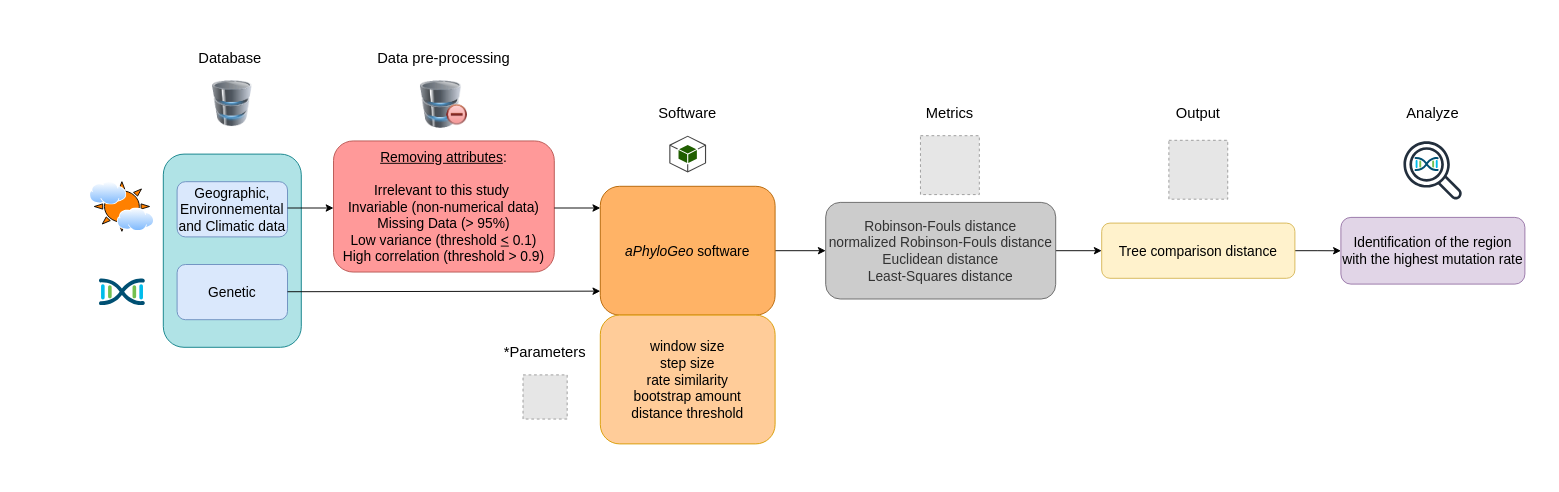
scipy-conference/scipy_proceedings keeps this draw.io diagram as papers/Gagnon_Kebe_Tahiri/diagram.drawio. Above is the earlier version. Source tidied: cells renumbered, new cells numbered last; positions are measured from the earlier drawing's top-left corner, leaving out a move shared by most shapes. Both pictures are drawn from the tidied source at 92%, with x=0, y=0 at pixel (89, 34). Pictures stored in the file or linked from it are replaced by grey dashed boxes.
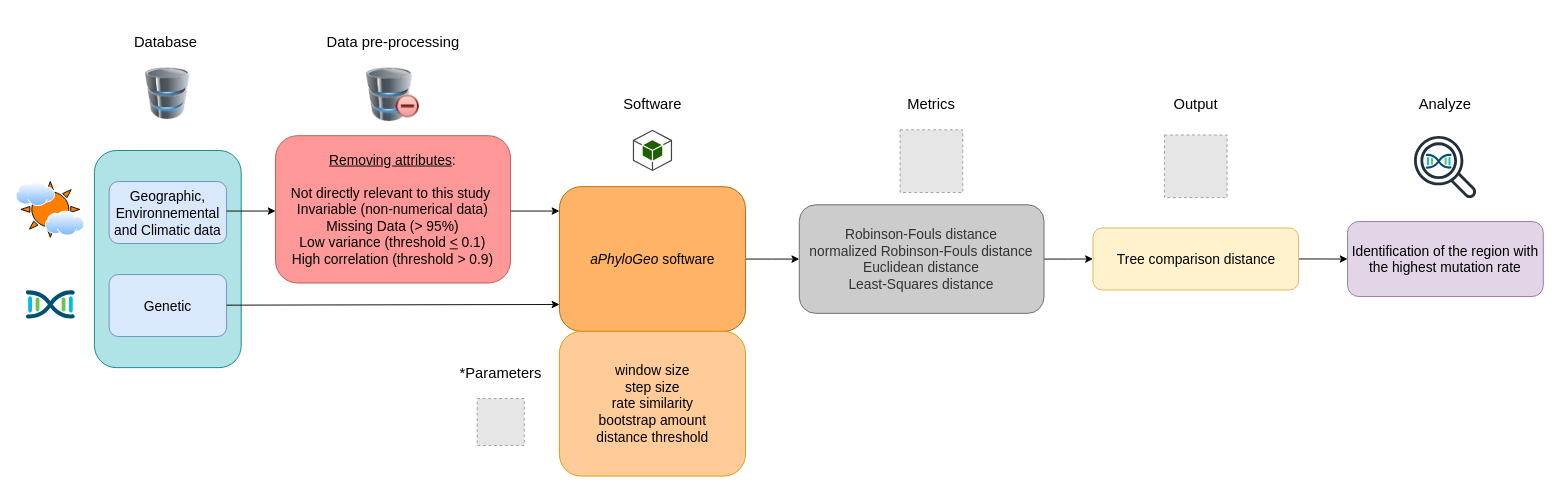
The same page after the edit.

Commit message:
Mettre à jour diagram.drawio

The edit, as a diff of the source:
```diff
@@
+    <mxCell id="37" style="group;" parent="1" vertex="1">
+      <mxGeometry x="-80" y="-20" width="1660" height="500" as="geometry" />
+    </mxCell>
-    <mxCell id="2" style="rounded=1;whiteSpace=wrap;html=1;fillColor=#b0e3e6;strokeColor=#0e8088;" parent="1" vertex="1">
-      <mxGeometry x="80" y="130" width="150" height="210" as="geometry" />
+    <mxCell id="2" style="rounded=1;whiteSpace=wrap;html=1;fillColor=#b0e3e6;strokeColor=#0e8088;" parent="37" vertex="1">
+      <mxGeometry x="85.1" y="146.1" width="159.6" height="236" as="geometry" />
     </mxCell>
-    <mxCell id="3" value="&lt;font style=&quot;font-size: 15px;&quot;&gt;Geographic, Environnemental and Climatic data&lt;/font&gt;" style="rounded=1;whiteSpace=wrap;html=1;fillColor=#dae8fc;strokeColor=#6c8ebf;" parent="1" vertex="1">
-      <mxGeometry x="95" y="160" width="120" height="60" as="geometry" />
+    <mxCell id="3" value="&lt;font style=&quot;font-size: 15px;&quot;&gt;Geographic, Environnemental and Climatic data&lt;/font&gt;" style="rounded=1;whiteSpace=wrap;html=1;fillColor=#dae8fc;strokeColor=#6c8ebf;" parent="37" vertex="1">
+      <mxGeometry x="101.1" y="179.8" width="127.7" height="67.4" as="geometry" />
     </mxCell>
-    <mxCell id="4" value="&lt;font style=&quot;font-size: 15px;&quot;&gt;Genetic&lt;/font&gt;" style="rounded=1;whiteSpace=wrap;html=1;fillColor=#dae8fc;strokeColor=#6c8ebf;" parent="1" vertex="1">
-      <mxGeometry x="95" y="250" width="120" height="60" as="geometry" />
+    <mxCell id="4" value="&lt;font style=&quot;font-size: 15px;&quot;&gt;Genetic&lt;/font&gt;" style="rounded=1;whiteSpace=wrap;html=1;fillColor=#dae8fc;strokeColor=#6c8ebf;" parent="37" vertex="1">
+      <mxGeometry x="101.1" y="280.9" width="127.7" height="67.4" as="geometry" />
     </mxCell>
-    <mxCell id="5" value="&lt;div style=&quot;font-size: 15px;&quot;&gt;&lt;span style=&quot;background-color: initial;&quot;&gt;&lt;font style=&quot;font-size: 15px;&quot;&gt;&lt;u style=&quot;&quot;&gt;Removing attributes&lt;/u&gt;:&lt;/font&gt;&lt;/span&gt;&lt;/div&gt;&lt;div style=&quot;font-size: 15px;&quot;&gt;&lt;span style=&quot;background-color: initial;&quot;&gt;&lt;font style=&quot;font-size: 15px;&quot;&gt;&lt;br&gt;&lt;/font&gt;&lt;/span&gt;&lt;/div&gt;&lt;div style=&quot;font-size: 15px;&quot;&gt;&lt;font style=&quot;font-size: 15px;&quot;&gt;&lt;span style=&quot;background-color: initial;&quot;&gt;Irrelevant to this study&amp;nbsp;&lt;/span&gt;&lt;br&gt;&lt;span style=&quot;background-color: initial;&quot;&gt;Invariable (non-numerical data)&lt;/span&gt;&lt;br&gt;&lt;span style=&quot;background-color: initial;&quot;&gt;Missing Data (&amp;gt; 95%)&lt;/span&gt;&lt;br&gt;&lt;span style=&quot;background-color: initial;&quot;&gt;Low variance (threshold&amp;nbsp;&lt;/span&gt;&lt;u style=&quot;background-color: initial;&quot;&gt;&amp;lt;&lt;/u&gt;&lt;span style=&quot;background-color: initial;&quot;&gt; 0.1)&lt;/span&gt;&lt;br&gt;&lt;/font&gt;&lt;/div&gt;&lt;div style=&quot;font-size: 15px;&quot;&gt;&lt;span style=&quot;background-color: initial;&quot;&gt;&lt;font style=&quot;font-size: 15px;&quot;&gt;&lt;font style=&quot;font-size: 15px;&quot;&gt;High correlation (threshold &amp;gt; 0.9&lt;/font&gt;&lt;font style=&quot;font-size: 15px;&quot;&gt;)&lt;/font&gt;&lt;/font&gt;&lt;/span&gt;&lt;/div&gt;" style="rounded=1;whiteSpace=wrap;html=1;fillColor=#FF9999;strokeColor=#b85450;align=center;" parent="1" vertex="1">
-      <mxGeometry x="265" y="115.7" width="240" height="142.5" as="geometry" />
+    <mxCell id="5" value="&lt;div style=&quot;font-size: 15px;&quot;&gt;&lt;span style=&quot;background-color: initial;&quot;&gt;&lt;font style=&quot;font-size: 15px;&quot;&gt;&lt;u style=&quot;&quot;&gt;Removing attributes&lt;/u&gt;:&lt;/font&gt;&lt;/span&gt;&lt;/div&gt;&lt;div style=&quot;font-size: 15px;&quot;&gt;&lt;span style=&quot;background-color: initial;&quot;&gt;&lt;font style=&quot;font-size: 15px;&quot;&gt;&lt;br&gt;&lt;/font&gt;&lt;/span&gt;&lt;/div&gt;&lt;div style=&quot;font-size: 15px;&quot;&gt;&lt;font style=&quot;font-size: 15px;&quot;&gt;&lt;span style=&quot;background-color: initial;&quot;&gt;Not directly relevant to this study&amp;nbsp;&lt;/span&gt;&lt;br&gt;&lt;span style=&quot;background-color: initial;&quot;&gt;Invariable (non-numerical data)&lt;/span&gt;&lt;br&gt;&lt;span style=&quot;background-color: initial;&quot;&gt;Missing Data (&amp;gt; 95%)&lt;/span&gt;&lt;br&gt;&lt;span style=&quot;background-color: initial;&quot;&gt;Low variance (threshold&amp;nbsp;&lt;/span&gt;&lt;u style=&quot;background-color: initial;&quot;&gt;&amp;lt;&lt;/u&gt;&lt;span style=&quot;background-color: initial;&quot;&gt; 0.1)&lt;/span&gt;&lt;br&gt;&lt;/font&gt;&lt;/div&gt;&lt;div style=&quot;font-size: 15px;&quot;&gt;&lt;span style=&quot;background-color: initial;&quot;&gt;&lt;font style=&quot;font-size: 15px;&quot;&gt;&lt;font style=&quot;font-size: 15px;&quot;&gt;High correlation (threshold &amp;gt; 0.9&lt;/font&gt;&lt;font style=&quot;font-size: 15px;&quot;&gt;)&lt;/font&gt;&lt;/font&gt;&lt;/span&gt;&lt;/div&gt;" style="rounded=1;whiteSpace=wrap;html=1;fillColor=#FF9999;strokeColor=#b85450;align=center;" parent="37" vertex="1">
+      <mxGeometry x="282" y="130" width="255.4" height="160.1" as="geometry" />
     </mxCell>
-    <mxCell id="6" style="edgeStyle=orthogonalEdgeStyle;rounded=0;jettySize=auto;html=1;" parent="1" edge="1" source="7" target="22">
+    <mxCell id="6" style="edgeStyle=orthogonalEdgeStyle;rounded=0;jettySize=auto;html=1;" parent="37" edge="1" source="7" target="22">
       <mxGeometry relative="1" as="geometry" />
     </mxCell>
-    <mxCell id="7" value="&lt;font style=&quot;font-size: 15px;&quot;&gt;&lt;i&gt;aPhyloGeo&lt;/i&gt; software&lt;/font&gt;" style="rounded=1;whiteSpace=wrap;html=1;fillColor=#FFB366;strokeColor=#b46504;" parent="1" vertex="1">
-      <mxGeometry x="555" y="165" width="190" height="140" as="geometry" />
+    <mxCell id="7" value="&lt;font style=&quot;font-size: 15px;&quot;&gt;&lt;i&gt;aPhyloGeo&lt;/i&gt; software&lt;/font&gt;" style="rounded=1;whiteSpace=wrap;html=1;fillColor=#FFB366;strokeColor=#b46504;" parent="37" vertex="1">
+      <mxGeometry x="590.6" y="185.4" width="202.2" height="157.3" as="geometry" />
     </mxCell>
-    <mxCell id="8" style="endArrow=classic;html=1;rounded=0;entryX=0;entryY=0.814;entryDx=0;entryDy=0;entryPerimeter=0;" parent="1" edge="1" target="7">
+    <mxCell id="8" style="endArrow=classic;html=1;rounded=0;entryX=0;entryY=0.814;entryDx=0;entryDy=0;entryPerimeter=0;" parent="37" edge="1" target="7">
       <mxGeometry relative="1" as="geometry">
-        <mxPoint x="215" y="279.6" as="sourcePoint" />
+        <mxPoint x="228.8" y="314.2" as="sourcePoint" />
       </mxGeometry>
     </mxCell>
-    <mxCell id="9" value="&lt;div style=&quot;margin-top: 0px; margin-bottom: 0px; padding-left: 0px; padding-right: 0px; font-size: 15px;&quot;&gt;&lt;span style=&quot;background-color: initial; font-size: 15px;&quot;&gt;window size&lt;br&gt;&lt;/span&gt;&lt;span style=&quot;background-color: initial; font-size: 15px;&quot;&gt;step size&lt;br&gt;&lt;/span&gt;&lt;span style=&quot;background-color: initial; font-size: 15px;&quot;&gt;rate similarity&lt;/span&gt;&lt;br style=&quot;&quot;&gt;&lt;span style=&quot;background-color: initial; font-size: 15px;&quot;&gt;bootstrap amount&lt;/span&gt;&lt;br style=&quot;&quot;&gt;&lt;span style=&quot;background-color: initial; font-size: 15px;&quot;&gt;distance threshold&lt;/span&gt;&lt;br&gt;&lt;/div&gt;" style="rounded=1;whiteSpace=wrap;html=1;align=center;fillColor=#FFCC99;strokeColor=#d79b00;" parent="1" vertex="1">
-      <mxGeometry x="555" y="305" width="190" height="140" as="geometry" />
+    <mxCell id="9" value="&lt;div style=&quot;margin-top: 0px; margin-bottom: 0px; padding-left: 0px; padding-right: 0px; font-size: 15px;&quot;&gt;&lt;span style=&quot;background-color: initial; font-size: 15px;&quot;&gt;window size&lt;br&gt;&lt;/span&gt;&lt;span style=&quot;background-color: initial; font-size: 15px;&quot;&gt;step size&lt;br&gt;&lt;/span&gt;&lt;span style=&quot;background-color: initial; font-size: 15px;&quot;&gt;rate similarity&lt;/span&gt;&lt;br style=&quot;&quot;&gt;&lt;span style=&quot;background-color: initial; font-size: 15px;&quot;&gt;bootstrap amount&lt;/span&gt;&lt;br style=&quot;&quot;&gt;&lt;span style=&quot;background-color: initial; font-size: 15px;&quot;&gt;distance threshold&lt;/span&gt;&lt;br&gt;&lt;/div&gt;" style="rounded=1;whiteSpace=wrap;html=1;align=center;fillColor=#FFCC99;strokeColor=#d79b00;" parent="37" vertex="1">
+      <mxGeometry x="590.6" y="342.7" width="202.2" height="157.3" as="geometry" />
     </mxCell>
-    <mxCell id="10" style="edgeStyle=orthogonalEdgeStyle;rounded=0;jettySize=auto;html=1;" parent="1" edge="1" source="11" target="23">
+    <mxCell id="10" style="edgeStyle=orthogonalEdgeStyle;rounded=0;jettySize=auto;html=1;" parent="37" edge="1" source="11" target="23">
       <mxGeometry relative="1" as="geometry" />
     </mxCell>
-    <mxCell id="11" value="&lt;font style=&quot;font-size: 15px;&quot;&gt;Tree comparison distance&lt;/font&gt;" style="rounded=1;whiteSpace=wrap;html=1;fillColor=#fff2cc;strokeColor=#d6b656;" parent="1" vertex="1">
-      <mxGeometry x="1100" y="205" width="210" height="60" as="geometry" />
+    <mxCell id="11" value="&lt;font style=&quot;font-size: 15px;&quot;&gt;Tree comparison distance&lt;/font&gt;" style="rounded=1;whiteSpace=wrap;html=1;fillColor=#fff2cc;strokeColor=#d6b656;" parent="37" vertex="1">
+      <mxGeometry x="1170.5" y="230.3" width="223.5" height="67.4" as="geometry" />
     </mxCell>
-    <mxCell id="12" value="Database&amp;nbsp;" style="text;html=1;align=center;verticalAlign=middle;whiteSpace=wrap;rounded=0;fontSize=16;" parent="1" vertex="1">
-      <mxGeometry x="125" y="10" width="60" height="30" as="geometry" />
+    <mxCell id="12" value="Database&amp;nbsp;" style="text;html=1;align=center;verticalAlign=middle;whiteSpace=wrap;rounded=0;fontSize=16;" parent="37" vertex="1">
+      <mxGeometry x="133" y="11.2" width="63.8" height="33.7" as="geometry" />
     </mxCell>
-    <mxCell id="13" value="Data pre-processing" style="text;html=1;align=center;verticalAlign=middle;whiteSpace=wrap;rounded=0;fontSize=16;" parent="1" vertex="1">
-      <mxGeometry x="310" width="150" height="50" as="geometry" />
+    <mxCell id="13" value="Data pre-processing" style="text;html=1;align=center;verticalAlign=middle;whiteSpace=wrap;rounded=0;fontSize=16;" parent="37" vertex="1">
+      <mxGeometry x="329.9" width="159.6" height="56.2" as="geometry" />
     </mxCell>
-    <mxCell id="14" value="Output" style="text;html=1;align=center;verticalAlign=middle;whiteSpace=wrap;rounded=0;fontSize=16;" parent="1" vertex="1">
-      <mxGeometry x="1176.2" y="60" width="57.5" height="50" as="geometry" />
+    <mxCell id="14" value="Output" style="text;html=1;align=center;verticalAlign=middle;whiteSpace=wrap;rounded=0;fontSize=16;" parent="37" vertex="1">
+      <mxGeometry x="1251.7" y="67.4" width="61.2" height="56.2" as="geometry" />
     </mxCell>
-    <mxCell id="15" value="*Parameters" style="text;html=1;align=center;verticalAlign=middle;whiteSpace=wrap;rounded=0;fontSize=16;rotation=0;" parent="1" vertex="1">
-      <mxGeometry x="450" y="320" width="90" height="50" as="geometry" />
+    <mxCell id="15" value="*Parameters" style="text;html=1;align=center;verticalAlign=middle;whiteSpace=wrap;rounded=0;fontSize=16;rotation=0;" parent="37" vertex="1">
+      <mxGeometry x="478.8" y="359.6" width="95.8" height="56.2" as="geometry" />
     </mxCell>
-    <mxCell id="16" style="image;html=1;image=img/lib/clip_art/computers/Database_Minus_128x128.png;" parent="1" vertex="1">
-      <mxGeometry x="355.8" y="50" width="58.5" height="52" as="geometry" />
+    <mxCell id="16" style="image;html=1;image=img/lib/clip_art/computers/Database_Minus_128x128.png;" parent="37" vertex="1">
+      <mxGeometry x="378.6" y="56.2" width="62.2" height="58.4" as="geometry" />
     </mxCell>
-    <mxCell id="17" style="image;html=1;image=img/lib/clip_art/computers/Database_128x128.png;" parent="1" vertex="1">
-      <mxGeometry x="127.5" y="50" width="55" height="50" as="geometry" />
+    <mxCell id="17" style="image;html=1;image=img/lib/clip_art/computers/Database_128x128.png;" parent="37" vertex="1">
+      <mxGeometry x="135.7" y="56.2" width="58.5" height="56.2" as="geometry" />
     </mxCell>
-    <mxCell id="18" style="dashed=0;verticalLabelPosition=bottom;verticalAlign=top;align=center;html=1;shape=mxgraph.aws3.android;fillColor=#205E00;gradientColor=none;" parent="1" vertex="1">
-      <mxGeometry x="630" y="110" width="40" height="40" as="geometry" />
+    <mxCell id="18" style="dashed=0;verticalLabelPosition=bottom;verticalAlign=top;align=center;html=1;shape=mxgraph.aws3.android;fillColor=#205E00;gradientColor=none;" parent="37" vertex="1">
+      <mxGeometry x="670.4" y="123.6" width="42.6" height="44.9" as="geometry" />
     </mxCell>
-    <mxCell id="19" style="fillColor=#E6E6E6;strokeColor=#999999;dashed=1;html=1;verticalAlign=top;verticalLabelPosition=bottom;labelBackgroundColor=#ffffff;" parent="1" vertex="1">
-      <mxGeometry x="471" y="370" width="48" height="48" as="geometry" />
+    <mxCell id="19" style="fillColor=#E6E6E6;strokeColor=#999999;dashed=1;html=1;verticalAlign=top;verticalLabelPosition=bottom;labelBackgroundColor=#ffffff;" parent="37" vertex="1">
+      <mxGeometry x="501.2" y="415.7" width="51.1" height="51.1" as="geometry" />
     </mxCell>
-    <mxCell id="20" style="fillColor=#E6E6E6;strokeColor=#999999;dashed=1;html=1;verticalAlign=top;verticalLabelPosition=bottom;labelBackgroundColor=#ffffff;" parent="1" vertex="1">
-      <mxGeometry x="1173" y="115" width="64" height="64" as="geometry" />
+    <mxCell id="20" style="fillColor=#E6E6E6;strokeColor=#999999;dashed=1;html=1;verticalAlign=top;verticalLabelPosition=bottom;labelBackgroundColor=#ffffff;" parent="37" vertex="1">
+      <mxGeometry x="1248.2" y="129.2" width="68.1" height="68.1" as="geometry" />
     </mxCell>
-    <mxCell id="21" style="edgeStyle=orthogonalEdgeStyle;rounded=0;jettySize=auto;html=1;" parent="1" edge="1" source="22" target="11">
+    <mxCell id="21" style="edgeStyle=orthogonalEdgeStyle;rounded=0;jettySize=auto;html=1;" parent="37" edge="1" source="22" target="11">
       <mxGeometry relative="1" as="geometry" />
     </mxCell>
-    <mxCell id="22" value="&lt;div style=&quot;margin-top: 0px; margin-bottom: 0px; padding-left: 0px; padding-right: 0px; font-size: 15px;&quot;&gt;&lt;span style=&quot;background-color: initial; font-size: 15px;&quot;&gt;Robinson-Fouls distance&lt;br&gt;&lt;/span&gt;&lt;span style=&quot;background-color: initial; font-size: 15px;&quot;&gt;normalized Robinson-Fouls distance&lt;br&gt;&lt;/span&gt;&lt;span style=&quot;font-size: 15px;&quot;&gt;Euclidean distance&lt;/span&gt;&lt;br style=&quot;&quot;&gt;&lt;span style=&quot;font-size: 15px;&quot;&gt;Least-Squares distance&lt;/span&gt;&lt;/div&gt;" style="rounded=1;whiteSpace=wrap;html=1;align=center;fillColor=#CCCCCC;strokeColor=#666666;fontColor=#333333;" parent="1" vertex="1">
-      <mxGeometry x="800" y="182.5" width="250" height="105" as="geometry" />
+    <mxCell id="22" value="&lt;div style=&quot;margin-top: 0px; margin-bottom: 0px; padding-left: 0px; padding-right: 0px; font-size: 15px;&quot;&gt;&lt;span style=&quot;background-color: initial; font-size: 15px;&quot;&gt;Robinson-Fouls distance&lt;br&gt;&lt;/span&gt;&lt;span style=&quot;background-color: initial; font-size: 15px;&quot;&gt;normalized Robinson-Fouls distance&lt;br&gt;&lt;/span&gt;&lt;span style=&quot;font-size: 15px;&quot;&gt;Euclidean distance&lt;/span&gt;&lt;br style=&quot;&quot;&gt;&lt;span style=&quot;font-size: 15px;&quot;&gt;Least-Squares distance&lt;/span&gt;&lt;/div&gt;" style="rounded=1;whiteSpace=wrap;html=1;align=center;fillColor=#CCCCCC;strokeColor=#666666;fontColor=#333333;" parent="37" vertex="1">
+      <mxGeometry x="851.3" y="205.1" width="266" height="118" as="geometry" />
     </mxCell>
-    <mxCell id="23" value="&lt;font style=&quot;font-size: 15px;&quot;&gt;Identification of the region with the highest mutation rate&lt;/font&gt;" style="rounded=1;whiteSpace=wrap;html=1;align=center;fillColor=#e1d5e7;strokeColor=#9673a6;" parent="1" vertex="1">
-      <mxGeometry x="1360" y="198.8" width="200" height="72.5" as="geometry" />
+    <mxCell id="23" value="&lt;font style=&quot;font-size: 15px;&quot;&gt;Identification of the region with the highest mutation rate&lt;/font&gt;" style="rounded=1;whiteSpace=wrap;html=1;align=center;fillColor=#e1d5e7;strokeColor=#9673a6;" parent="37" vertex="1">
+      <mxGeometry x="1447.2" y="223.3" width="212.8" height="81.5" as="geometry" />
     </mxCell>
-    <mxCell id="24" style="fillColor=#E6E6E6;strokeColor=#999999;dashed=1;html=1;verticalAlign=top;verticalLabelPosition=bottom;labelBackgroundColor=#ffffff;" parent="1" vertex="1">
-      <mxGeometry x="903" y="110" width="64" height="64" as="geometry" />
+    <mxCell id="24" style="fillColor=#E6E6E6;strokeColor=#999999;dashed=1;html=1;verticalAlign=top;verticalLabelPosition=bottom;labelBackgroundColor=#ffffff;" parent="37" vertex="1">
+      <mxGeometry x="960.9" y="123.6" width="68.1" height="68.1" as="geometry" />
     </mxCell>
-    <mxCell id="25" style="verticalLabelPosition=bottom;sketch=0;html=1;verticalAlign=top;align=center;shape=mxgraph.cisco19.cisco_dna;fillColor=#005073;strokeColor=none;" parent="1" vertex="1">
-      <mxGeometry x="10" y="265" width="50" height="30" as="geometry" />
+    <mxCell id="25" style="verticalLabelPosition=bottom;sketch=0;html=1;verticalAlign=top;align=center;shape=mxgraph.cisco19.cisco_dna;fillColor=#005073;strokeColor=none;" parent="37" vertex="1">
+      <mxGeometry x="10.6" y="297.8" width="53.2" height="31.9" as="geometry" />
     </mxCell>
-    <mxCell id="26" style="verticalLabelPosition=bottom;verticalAlign=top;html=1;shape=mxgraph.basic.sun;fillColor=#FF8000;" parent="1" vertex="1">
-      <mxGeometry x="5" y="160" width="60" height="53.9" as="geometry" />
+    <mxCell id="26" style="verticalLabelPosition=bottom;verticalAlign=top;html=1;shape=mxgraph.basic.sun;fillColor=#FF8000;" parent="37" vertex="1">
+      <mxGeometry x="5.3" y="179.8" width="63.8" height="60.6" as="geometry" />
     </mxCell>
-    <mxCell id="27" style="image;perimeter=ellipsePerimeter;html=1;align=center;shadow=0;dashed=0;spacingTop=3;image=img/lib/active_directory/internet_cloud.svg;" parent="1" vertex="1">
-      <mxGeometry y="160" width="40.3" height="25.4" as="geometry" />
+    <mxCell id="27" style="image;perimeter=ellipsePerimeter;html=1;align=center;shadow=0;dashed=0;spacingTop=3;image=img/lib/active_directory/internet_cloud.svg;" parent="37" vertex="1">
+      <mxGeometry y="179.8" width="42.8" height="27" as="geometry" />
     </mxCell>
-    <mxCell id="28" value="Software" style="text;html=1;align=center;verticalAlign=middle;whiteSpace=wrap;rounded=0;fontSize=16;" parent="1" vertex="1">
-      <mxGeometry x="575" y="60" width="150" height="50" as="geometry" />
+    <mxCell id="28" value="Software" style="text;html=1;align=center;verticalAlign=middle;whiteSpace=wrap;rounded=0;fontSize=16;" parent="37" vertex="1">
+      <mxGeometry x="611.9" y="67.4" width="159.6" height="56.2" as="geometry" />
     </mxCell>
-    <mxCell id="29" value="Metrics" style="text;html=1;align=center;verticalAlign=middle;whiteSpace=wrap;rounded=0;fontSize=16;" parent="1" vertex="1">
-      <mxGeometry x="860" y="60" width="150" height="50" as="geometry" />
+    <mxCell id="29" value="Metrics" style="text;html=1;align=center;verticalAlign=middle;whiteSpace=wrap;rounded=0;fontSize=16;" parent="37" vertex="1">
+      <mxGeometry x="915.1" y="67.4" width="159.6" height="56.2" as="geometry" />
     </mxCell>
-    <mxCell id="30" value="Analyze" style="text;html=1;align=center;verticalAlign=middle;whiteSpace=wrap;rounded=0;fontSize=16;" parent="1" vertex="1">
-      <mxGeometry x="1431.2" y="60" width="57.5" height="50" as="geometry" />
+    <mxCell id="30" value="Analyze" style="text;html=1;align=center;verticalAlign=middle;whiteSpace=wrap;rounded=0;fontSize=16;" parent="37" vertex="1">
+      <mxGeometry x="1523" y="67.4" width="61.2" height="56.2" as="geometry" />
     </mxCell>
-    <mxCell id="31" style="verticalLabelPosition=bottom;sketch=0;html=1;verticalAlign=top;align=center;shape=mxgraph.cisco19.cisco_dna;fillColor=#005073;strokeColor=none;" parent="1" vertex="1">
-      <mxGeometry x="1440" y="133.1" width="26.3" height="15.8" as="geometry" />
+    <mxCell id="31" style="verticalLabelPosition=bottom;sketch=0;html=1;verticalAlign=top;align=center;shape=mxgraph.cisco19.cisco_dna;fillColor=#005073;strokeColor=none;" parent="37" vertex="1">
+      <mxGeometry x="1532.3" y="149.5" width="28" height="16.8" as="geometry" />
     </mxCell>
-    <mxCell id="32" style="sketch=0;fontColor=#232F3E;gradientColor=none;fillColor=#232F3D;strokeColor=none;dashed=0;verticalLabelPosition=bottom;verticalAlign=top;align=center;html=1;fontSize=12;fontStyle=0;shape=mxgraph.aws4.magnifying_glass_2;" parent="1" vertex="1">
-      <mxGeometry x="1428" y="115.7" width="64" height="64" as="geometry" />
+    <mxCell id="32" style="sketch=0;fontColor=#232F3E;gradientColor=none;fillColor=#232F3D;strokeColor=none;dashed=0;verticalLabelPosition=bottom;verticalAlign=top;align=center;html=1;fontSize=12;fontStyle=0;shape=mxgraph.aws4.magnifying_glass_2;" parent="37" vertex="1">
+      <mxGeometry x="1519.5" y="130" width="68.1" height="68.1" as="geometry" />
     </mxCell>
-    <mxCell id="33" style="image;perimeter=ellipsePerimeter;html=1;align=center;shadow=0;dashed=0;spacingTop=3;image=img/lib/active_directory/internet_cloud.svg;" parent="1" vertex="1">
-      <mxGeometry x="30" y="188.6" width="40.3" height="25.4" as="geometry" />
+    <mxCell id="33" style="image;perimeter=ellipsePerimeter;html=1;align=center;shadow=0;dashed=0;spacingTop=3;image=img/lib/active_directory/internet_cloud.svg;" parent="37" vertex="1">
+      <mxGeometry x="31.9" y="211.9" width="42.8" height="27" as="geometry" />
     </mxCell>
-    <mxCell id="34" style="edgeStyle=orthogonalEdgeStyle;rounded=0;orthogonalLoop=1;jettySize=auto;html=1;" parent="1" edge="1">
+    <mxCell id="34" style="edgeStyle=orthogonalEdgeStyle;rounded=0;orthogonalLoop=1;jettySize=auto;html=1;" parent="37" edge="1">
       <mxGeometry relative="1" as="geometry">
-        <mxPoint x="505" y="188.6" as="sourcePoint" />
-        <mxPoint x="555" y="188.6" as="targetPoint" />
+        <mxPoint x="537.4" y="211.9" as="sourcePoint" />
+        <mxPoint x="590.6" y="211.9" as="targetPoint" />
       </mxGeometry>
     </mxCell>
-    <mxCell id="35" style="edgeStyle=orthogonalEdgeStyle;rounded=0;orthogonalLoop=1;jettySize=auto;html=1;" parent="1" edge="1">
+    <mxCell id="35" style="edgeStyle=orthogonalEdgeStyle;rounded=0;orthogonalLoop=1;jettySize=auto;html=1;" parent="37" edge="1">
       <mxGeometry relative="1" as="geometry">
-        <mxPoint x="215" y="188.6" as="sourcePoint" />
-        <mxPoint x="265" y="188.6" as="targetPoint" />
+        <mxPoint x="228.8" y="211.9" as="sourcePoint" />
+        <mxPoint x="282" y="211.9" as="targetPoint" />
       </mxGeometry>
     </mxCell>
-    <mxCell id="36" style="edgeStyle=orthogonalEdgeStyle;rounded=0;orthogonalLoop=1;jettySize=auto;html=1;exitX=0.5;exitY=1;exitDx=0;exitDy=0;" parent="1" edge="1">
+    <mxCell id="36" style="edgeStyle=orthogonalEdgeStyle;rounded=0;orthogonalLoop=1;jettySize=auto;html=1;exitX=0.5;exitY=1;exitDx=0;exitDy=0;" parent="37" edge="1">
       <mxGeometry relative="1" as="geometry">
-        <mxPoint x="1012.5" y="60" as="sourcePoint" />
-        <mxPoint x="1012.5" y="60" as="targetPoint" />
+        <mxPoint x="1077.4" y="67.4" as="sourcePoint" />
+        <mxPoint x="1077.4" y="67.4" as="targetPoint" />
       </mxGeometry>
     </mxCell>
```
